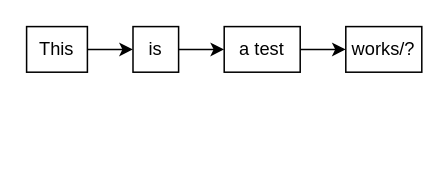
Above: page "Page-1" (1 of 3) of src/resources/test.drawio in harleylara/robotics (draw.io), before the change. Source tidied: cells renumbered, new cells numbered last; positions are measured from the earlier drawing's top-left corner, leaving out a move shared by most shapes. Both pictures are drawn from the tidied source at 152%, with x=0, y=0 at pixel (26, 26).
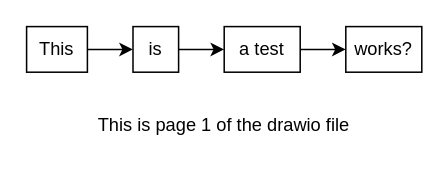
The same diagram, later.

Commit message (it also covers changes not shown here):
multi page diagram support drawio

Change to the diagram source:
```diff
@@
 <mxGraphModel>
   <root>
     <mxCell id="0" />
     <mxCell id="1" parent="0" />
     <mxCell id="2" style="edgeStyle=orthogonalEdgeStyle;rounded=0;jettySize=auto;html=1;exitX=1;exitY=0.5;exitDx=0;exitDy=0;entryX=0;entryY=0.5;entryDx=0;entryDy=0;" parent="1" edge="1" source="3" target="5">
       <mxGeometry relative="1" as="geometry" />
     </mxCell>
     <mxCell id="3" value="This" style="rounded=0;whiteSpace=wrap;html=1;" parent="1" vertex="1">
       <mxGeometry width="40" height="30" as="geometry" />
     </mxCell>
     <mxCell id="4" style="edgeStyle=orthogonalEdgeStyle;rounded=0;jettySize=auto;html=1;exitX=1;exitY=0.5;exitDx=0;exitDy=0;entryX=0;entryY=0.5;entryDx=0;entryDy=0;" parent="1" edge="1" source="5" target="7">
       <mxGeometry relative="1" as="geometry" />
     </mxCell>
     <mxCell id="5" value="is" style="rounded=0;whiteSpace=wrap;html=1;" parent="1" vertex="1">
       <mxGeometry x="70" width="30" height="30" as="geometry" />
     </mxCell>
     <mxCell id="6" style="edgeStyle=orthogonalEdgeStyle;rounded=0;jettySize=auto;html=1;exitX=1;exitY=0.5;exitDx=0;exitDy=0;entryX=0;entryY=0.5;entryDx=0;entryDy=0;" parent="1" edge="1" source="7" target="8">
       <mxGeometry relative="1" as="geometry" />
     </mxCell>
     <mxCell id="7" value="a test" style="rounded=0;whiteSpace=wrap;html=1;" parent="1" vertex="1">
       <mxGeometry x="130" width="50" height="30" as="geometry" />
     </mxCell>
-    <mxCell id="8" value="works/?" style="rounded=0;whiteSpace=wrap;html=1;" parent="1" vertex="1">
+    <mxCell id="8" value="works?" style="rounded=0;whiteSpace=wrap;html=1;" parent="1" vertex="1">
       <mxGeometry x="210" width="50" height="30" as="geometry" />
     </mxCell>
+    <mxCell id="9" value="This is page 1 of the drawio file" style="text;html=1;strokeColor=none;fillColor=none;align=center;verticalAlign=middle;whiteSpace=wrap;rounded=0;" parent="1" vertex="1">
+      <mxGeometry x="25" y="50" width="210" height="30" as="geometry" />
+    </mxCell>
   </root>
 </mxGraphModel>
```
